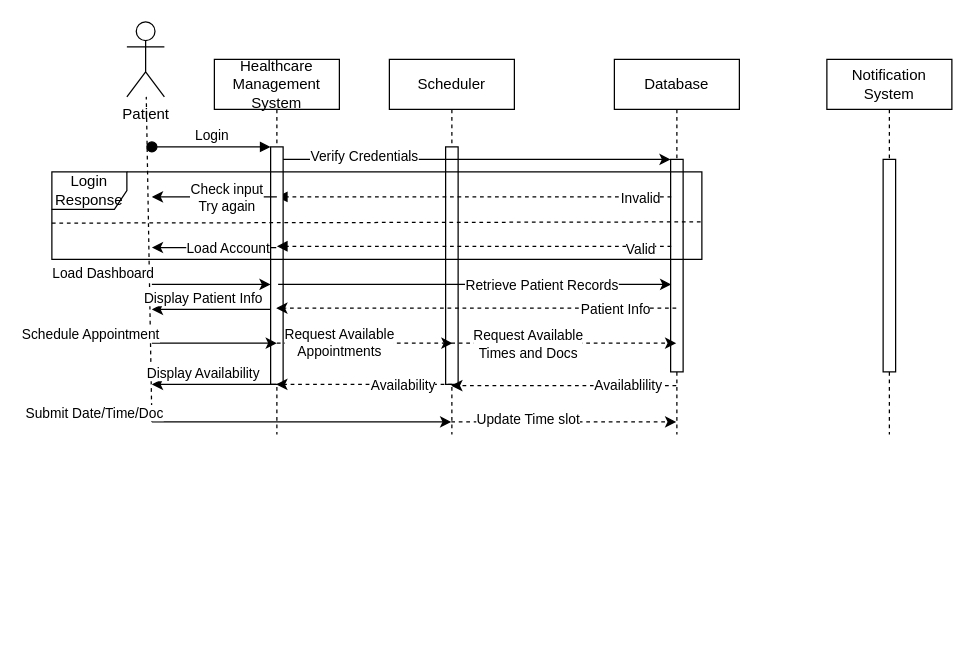
Above: SequenceDiag.drawio in micahsellis/UMLs (draw.io), before the change. Source tidied: cells renumbered, new cells numbered last; positions are measured from the earlier drawing's top-left corner, leaving out a move shared by most shapes. Both pictures are drawn from the tidied source at 125%, with x=0, y=0 at pixel (51, 21).
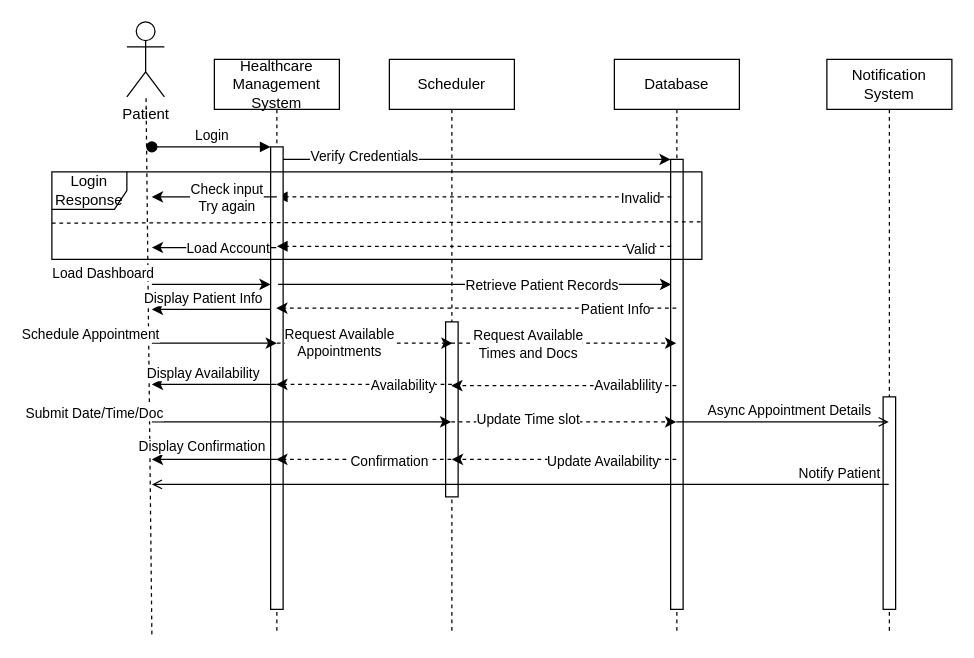
The same diagram, later.

Unchanged cells that the change refers to:
```xml
<mxCell id="7" value="Patient" style="shape=umlActor;verticalLabelPosition=bottom;verticalAlign=top;html=1;outlineConnect=0;" parent="1" vertex="1">
  <mxGeometry x="60" width="30" height="60" as="geometry" />
</mxCell>
```

The edit, as a diff of the source:
```diff
@@
     <mxCell id="2" value="Scheduler" style="shape=umlLifeline;perimeter=lifelinePerimeter;whiteSpace=wrap;html=1;outlineConnect=0;portConstraint=eastwest;newEdgeStyle={&quot;edgeStyle&quot;:&quot;elbowEdgeStyle&quot;,&quot;elbow&quot;:&quot;vertical&quot;,&quot;curved&quot;:0,&quot;rounded&quot;:0};" parent="1" vertex="1">
-      <mxGeometry x="270" y="30" width="100" height="300" as="geometry" />
+      <mxGeometry x="270" y="30" width="100" height="460" as="geometry" />
     </mxCell>
     <mxCell id="3" style="html=1;perimeter=orthogonalPerimeter;targetShapes=umlLifeline;newEdgeStyle={&quot;edgeStyle&quot;:&quot;elbowEdgeStyle&quot;,&quot;elbow&quot;:&quot;vertical&quot;,&quot;curved&quot;:0,&quot;rounded&quot;:0};" parent="2" vertex="1">
-      <mxGeometry x="45" y="70" width="10" height="190" as="geometry" />
+      <mxGeometry x="45" y="210" width="10" height="140" as="geometry" />
     </mxCell>
     <mxCell id="4" value="Database" style="shape=umlLifeline;perimeter=lifelinePerimeter;whiteSpace=wrap;html=1;newEdgeStyle={&quot;edgeStyle&quot;:&quot;elbowEdgeStyle&quot;,&quot;elbow&quot;:&quot;vertical&quot;,&quot;curved&quot;:0,&quot;rounded&quot;:0};" parent="1" vertex="1">
-      <mxGeometry x="450" y="30" width="100" height="300" as="geometry" />
+      <mxGeometry x="450" y="30" width="100" height="460" as="geometry" />
     </mxCell>
     <mxCell id="5" style="html=1;perimeter=orthogonalPerimeter;targetShapes=umlLifeline;newEdgeStyle={&quot;edgeStyle&quot;:&quot;elbowEdgeStyle&quot;,&quot;elbow&quot;:&quot;vertical&quot;,&quot;curved&quot;:0,&quot;rounded&quot;:0};" parent="4" vertex="1">
-      <mxGeometry x="45" y="80" width="10" height="170" as="geometry" />
+      <mxGeometry x="45" y="80" width="10" height="360" as="geometry" />
     </mxCell>
@@
     <mxCell id="8" value="Notification System" style="shape=umlLifeline;perimeter=lifelinePerimeter;whiteSpace=wrap;html=1;outlineConnect=0;portConstraint=eastwest;newEdgeStyle={&quot;edgeStyle&quot;:&quot;elbowEdgeStyle&quot;,&quot;elbow&quot;:&quot;vertical&quot;,&quot;curved&quot;:0,&quot;rounded&quot;:0};" parent="1" vertex="1">
-      <mxGeometry x="620" y="30" width="100" height="300" as="geometry" />
+      <mxGeometry x="620" y="30" width="100" height="460" as="geometry" />
     </mxCell>
     <mxCell id="9" style="html=1;perimeter=orthogonalPerimeter;targetShapes=umlLifeline;newEdgeStyle={&quot;edgeStyle&quot;:&quot;elbowEdgeStyle&quot;,&quot;elbow&quot;:&quot;vertical&quot;,&quot;curved&quot;:0,&quot;rounded&quot;:0};" parent="8" vertex="1">
-      <mxGeometry x="45" y="80" width="10" height="170" as="geometry" />
+      <mxGeometry x="45" y="270" width="10" height="170" as="geometry" />
     </mxCell>
     <mxCell id="10" value="Healthcare Management System" style="shape=umlLifeline;perimeter=lifelinePerimeter;whiteSpace=wrap;html=1;outlineConnect=0;portConstraint=eastwest;newEdgeStyle={&quot;edgeStyle&quot;:&quot;elbowEdgeStyle&quot;,&quot;elbow&quot;:&quot;vertical&quot;,&quot;curved&quot;:0,&quot;rounded&quot;:0};" parent="1" vertex="1">
-      <mxGeometry x="130" y="30" width="100" height="300" as="geometry" />
+      <mxGeometry x="130" y="30" width="100" height="460" as="geometry" />
     </mxCell>
     <mxCell id="11" style="html=1;points=[];perimeter=orthogonalPerimeter;outlineConnect=0;targetShapes=umlLifeline;portConstraint=eastwest;newEdgeStyle={&quot;edgeStyle&quot;:&quot;elbowEdgeStyle&quot;,&quot;elbow&quot;:&quot;vertical&quot;,&quot;curved&quot;:0,&quot;rounded&quot;:0};" parent="10" vertex="1">
-      <mxGeometry x="45" y="70" width="10" height="190" as="geometry" />
+      <mxGeometry x="45" y="70" width="10" height="370" as="geometry" />
     </mxCell>
@@
     <mxCell id="17" style="endArrow=none;dashed=1;html=1;rounded=0;" parent="1" edge="1" target="7">
       <mxGeometry relative="1" as="geometry">
-        <mxPoint x="80" y="320" as="sourcePoint" />
+        <mxPoint x="80" y="490" as="sourcePoint" />
       </mxGeometry>
     </mxCell>
@@
+    <mxCell id="46" style="endArrow=classic;html=1;rounded=0;dashed=1;" parent="1" edge="1">
+      <mxGeometry relative="1" as="geometry">
+        <mxPoint x="499.5" y="350" as="sourcePoint" />
+        <mxPoint x="320" y="350" as="targetPoint" />
+      </mxGeometry>
+    </mxCell>
+    <mxCell id="47" value="Update Availability" style="edgeLabel;html=1;align=center;verticalAlign=middle;" parent="46" vertex="1">
+      <mxGeometry x="-0.53" y="1" relative="1" as="geometry">
+        <mxPoint x="-17" as="offset" />
+      </mxGeometry>
+    </mxCell>
+    <mxCell id="48" style="endArrow=classic;html=1;rounded=0;dashed=1;" parent="1" edge="1">
+      <mxGeometry relative="1" as="geometry">
+        <mxPoint x="319.5" y="350" as="sourcePoint" />
+        <mxPoint x="179.5" y="350" as="targetPoint" />
+      </mxGeometry>
+    </mxCell>
+    <mxCell id="49" value="Confirmation" style="edgeLabel;html=1;align=center;verticalAlign=middle;" parent="48" vertex="1">
+      <mxGeometry x="-0.53" y="1" relative="1" as="geometry">
+        <mxPoint x="-17" as="offset" />
+      </mxGeometry>
+    </mxCell>
+    <mxCell id="50" value="Display Confirmation" style="endArrow=classic;html=1;rounded=0;" parent="1" edge="1">
+      <mxGeometry x="0.2" y="-10" relative="1" as="geometry">
+        <mxPoint x="180" y="350" as="sourcePoint" />
+        <mxPoint x="80" y="350" as="targetPoint" />
+      </mxGeometry>
+    </mxCell>
+    <mxCell id="51" style="endArrow=open;html=1;rounded=0;endFill=0;" parent="1" edge="1">
+      <mxGeometry relative="1" as="geometry">
+        <mxPoint x="499.5" y="320" as="sourcePoint" />
+        <mxPoint x="669.5" y="320" as="targetPoint" />
+      </mxGeometry>
+    </mxCell>
+    <mxCell id="52" value="Async Appointment Details" style="edgeLabel;html=1;align=center;verticalAlign=middle;" parent="51" vertex="1">
+      <mxGeometry x="-0.23" relative="1" as="geometry">
+        <mxPoint x="25" y="-10" as="offset" />
+      </mxGeometry>
+    </mxCell>
+    <mxCell id="53" style="endArrow=open;html=1;rounded=0;endFill=0;" parent="1" edge="1" source="8">
+      <mxGeometry relative="1" as="geometry">
+        <mxPoint x="80" y="370" as="targetPoint" />
+      </mxGeometry>
+    </mxCell>
+    <mxCell id="54" value="Notify Patient " style="edgeLabel;html=1;align=center;verticalAlign=middle;" parent="53" vertex="1">
+      <mxGeometry x="-0.76" y="1" relative="1" as="geometry">
+        <mxPoint x="31" y="-11" as="offset" />
+      </mxGeometry>
+    </mxCell>
```
